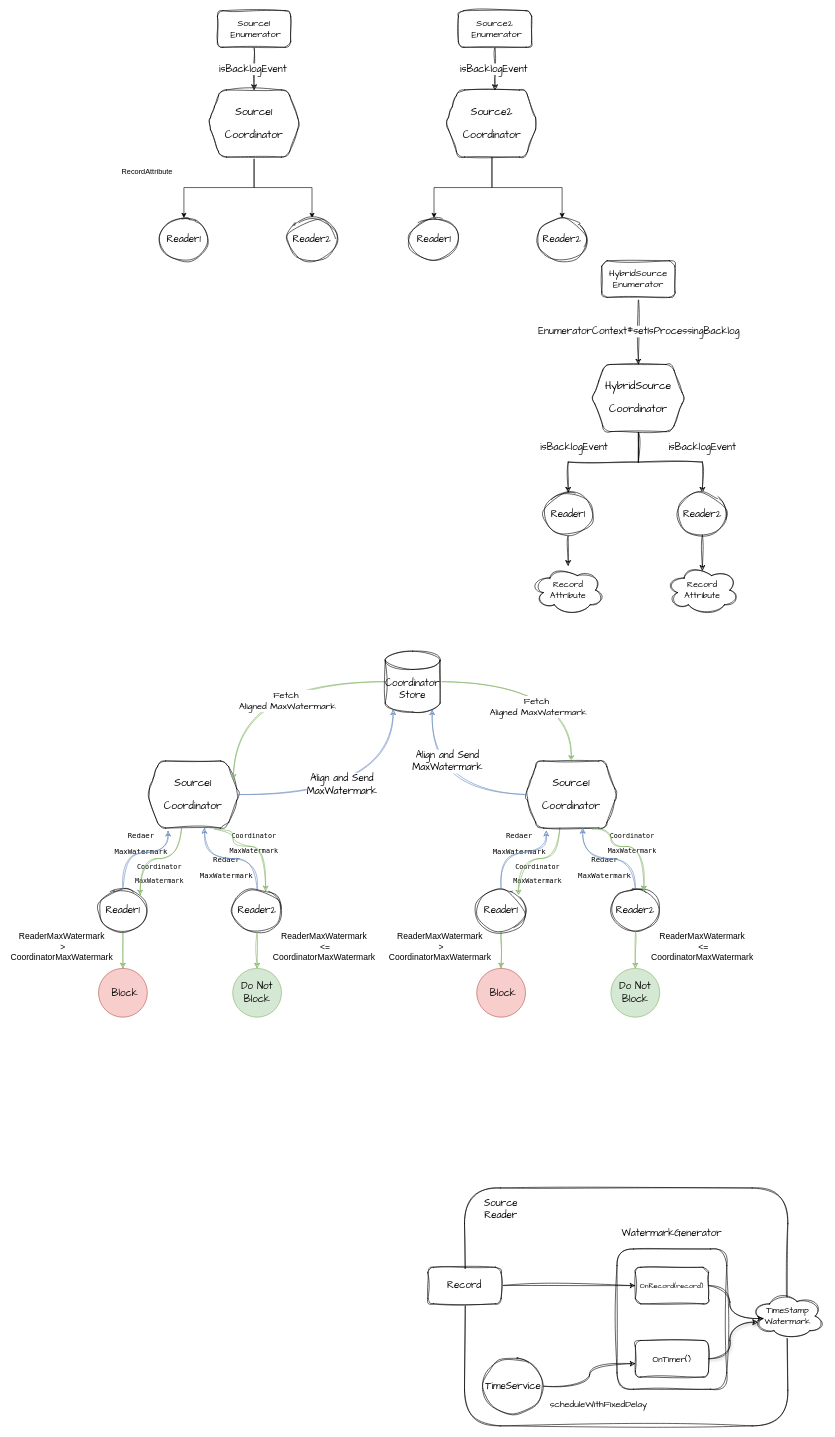
Before: watermark.drawio in reswqa/DrawImg, a draw.io diagram. Source tidied: cells renumbered, new cells numbered last; positions are measured from the earlier drawing's top-left corner, leaving out a move shared by most shapes. Both pictures are drawn from the tidied source at 61%, with x=0, y=0 at pixel (43, 10).
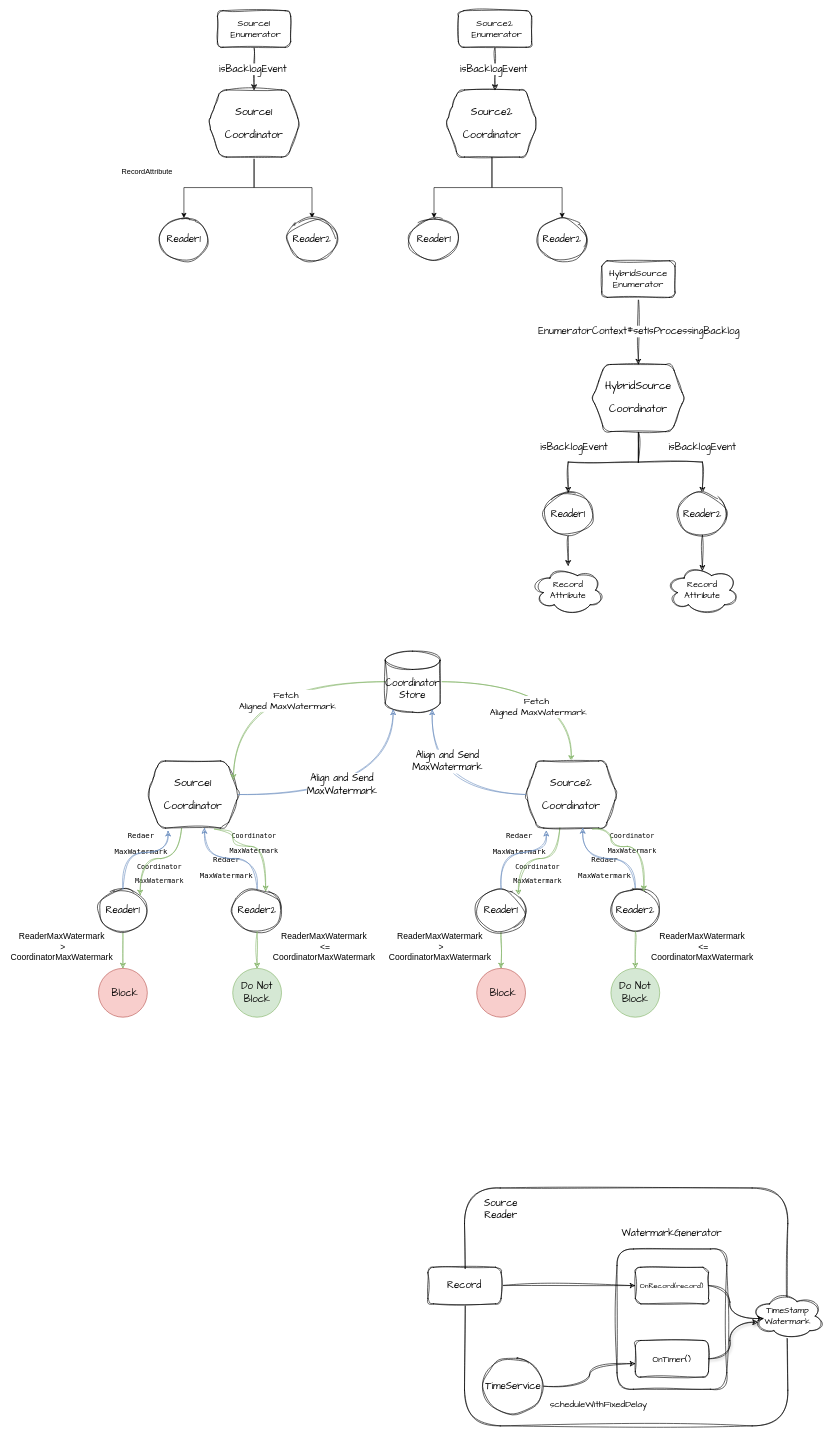
The same diagram, later.

Unchanged cells that the change refers to:
```xml
<mxCell id="49" style="group;" parent="1" vertex="1">
  <mxGeometry y="1050" width="1110" height="600" as="geometry" />
</mxCell>
```

The edit, as a diff of the source:
```diff
@@
-    <mxCell id="78" value="&lt;pre style=&quot;background-color: rgb(255, 255, 255); font-size: 12.8pt;&quot;&gt;&lt;font face=&quot;Comic Sans MS&quot;&gt;Source1&lt;/font&gt;&lt;/pre&gt;&lt;pre style=&quot;background-color: rgb(255, 255, 255); color: rgb(8, 8, 8); font-size: 12.8pt;&quot;&gt;&lt;span style=&quot;color: rgb(0, 0, 0);&quot;&gt;&lt;font face=&quot;Comic Sans MS&quot;&gt;Coordinator&lt;/font&gt;&lt;/span&gt;&lt;/pre&gt;" style="shape=hexagon;perimeter=hexagonPerimeter2;whiteSpace=wrap;html=1;fixedSize=1;sketch=1;curveFitting=1;jiggle=2;rounded=1;" parent="49" vertex="1">
+    <mxCell id="78" value="&lt;pre style=&quot;background-color: rgb(255, 255, 255); font-size: 12.8pt;&quot;&gt;&lt;font face=&quot;Comic Sans MS&quot;&gt;Source2&lt;/font&gt;&lt;/pre&gt;&lt;pre style=&quot;background-color: rgb(255, 255, 255); color: rgb(8, 8, 8); font-size: 12.8pt;&quot;&gt;&lt;span style=&quot;color: rgb(0, 0, 0);&quot;&gt;&lt;font face=&quot;Comic Sans MS&quot;&gt;Coordinator&lt;/font&gt;&lt;/span&gt;&lt;/pre&gt;" style="shape=hexagon;perimeter=hexagonPerimeter2;whiteSpace=wrap;html=1;fixedSize=1;sketch=1;curveFitting=1;jiggle=2;rounded=1;" parent="49" vertex="1">
       <mxGeometry x="790" y="180" width="150" height="110" as="geometry" />
     </mxCell>
```
